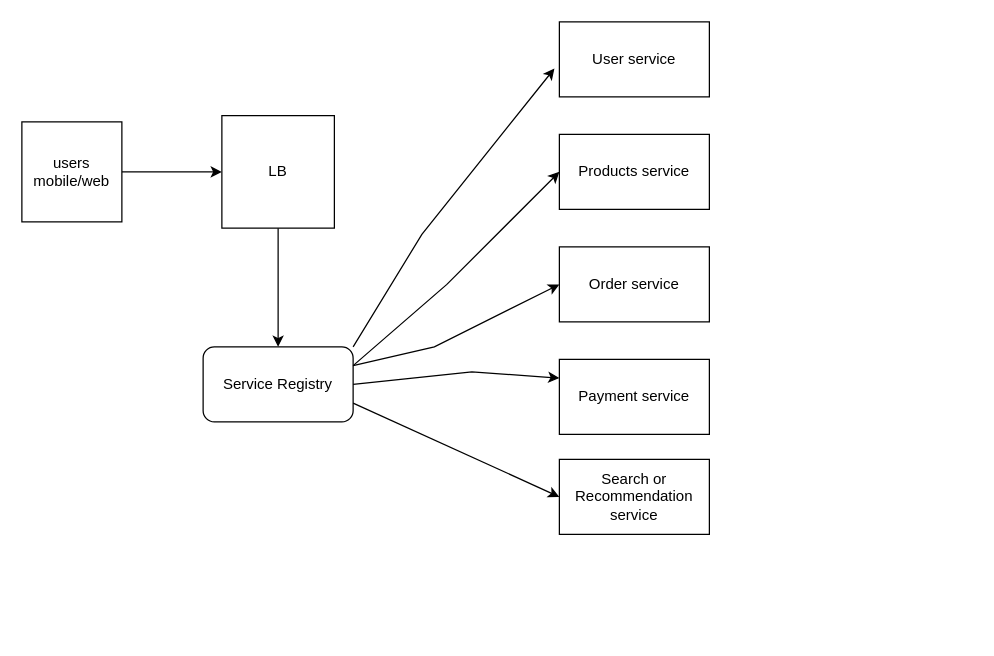
This is Untitled Diagram.drawio from swathidevdynamo/SystemDesign, a draw.io file, before an edit. Source tidied: cells renumbered, new cells numbered last; positions are measured from the earlier drawing's top-left corner, leaving out a move shared by most shapes. Both pictures are drawn from the tidied source at 125%, with x=0, y=0 at pixel (21, 21).
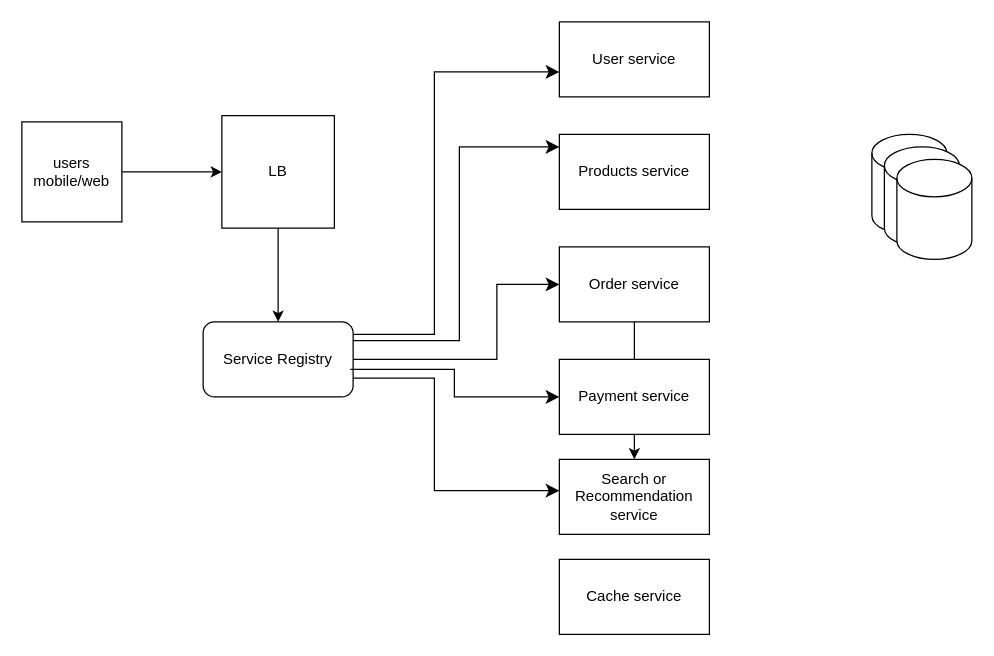
The same diagram, later.

The change refers to these unchanged cells:
```xml
<mxCell id="5" value="LB" style="whiteSpace=wrap;html=1;" parent="1" vertex="1">
  <mxGeometry x="160" y="75" width="90" height="90" as="geometry" />
</mxCell>
<mxCell id="7" value="User service" style="rounded=0;whiteSpace=wrap;html=1;" parent="1" vertex="1">
  <mxGeometry x="430" width="120" height="60" as="geometry" />
</mxCell>
<mxCell id="10" value="Products service" style="rounded=0;whiteSpace=wrap;html=1;" parent="1" vertex="1">
  <mxGeometry x="430" y="90" width="120" height="60" as="geometry" />
</mxCell>
<mxCell id="11" value="Order service" style="rounded=0;whiteSpace=wrap;html=1;" parent="1" vertex="1">
  <mxGeometry x="430" y="180" width="120" height="60" as="geometry" />
</mxCell>
<mxCell id="12" value="Payment service" style="rounded=0;whiteSpace=wrap;html=1;" parent="1" vertex="1">
  <mxGeometry x="430" y="270" width="120" height="60" as="geometry" />
</mxCell>
```

The edit, as a diff of the source:
```diff
@@
-    <mxCell id="4" style="edgeStyle=orthogonalEdgeStyle;rounded=0;jettySize=auto;html=1;" parent="1" edge="1" source="5">
-      <mxGeometry relative="1" as="geometry">
-        <mxPoint x="205" y="260" as="targetPoint" />
-      </mxGeometry>
+    <mxCell id="4" style="edgeStyle=orthogonalEdgeStyle;rounded=0;jettySize=auto;html=1;entryX=0.5;entryY=0;entryDx=0;entryDy=0;" parent="1" edge="1" source="5" target="6">
+      <mxGeometry relative="1" as="geometry" />
     </mxCell>
@@
     <mxCell id="6" value="Service Registry" style="rounded=1;whiteSpace=wrap;html=1;" parent="1" vertex="1">
-      <mxGeometry x="145" y="260" width="120" height="60" as="geometry" />
+      <mxGeometry x="145" y="240" width="120" height="60" as="geometry" />
     </mxCell>
@@
-    <mxCell id="8" style="endArrow=classic;html=1;rounded=0;entryX=0;entryY=0.5;entryDx=0;entryDy=0;exitX=1;exitY=0.25;exitDx=0;exitDy=0;" parent="1" edge="1" source="6" target="10">
-      <mxGeometry relative="1" as="geometry">
-        <Array as="points">
-          <mxPoint x="340" y="210" />
-        </Array>
-      </mxGeometry>
-    </mxCell>
-    <mxCell id="9" style="endArrow=classic;html=1;rounded=0;entryX=-0.033;entryY=0.622;entryDx=0;entryDy=0;entryPerimeter=0;exitX=1;exitY=0;exitDx=0;exitDy=0;" parent="1" edge="1" source="6" target="7">
-      <mxGeometry relative="1" as="geometry">
-        <Array as="points">
-          <mxPoint x="320" y="170" />
-        </Array>
-      </mxGeometry>
-    </mxCell>
@@
+    <mxCell id="17" style="edgeStyle=orthogonalEdgeStyle;rounded=0;jettySize=auto;html=1;" parent="1" edge="1" source="11" target="15">
+      <mxGeometry relative="1" as="geometry" />
+    </mxCell>
@@
+    <mxCell id="15" value="Search or Recommendation service" style="rounded=0;whiteSpace=wrap;html=1;" parent="1" vertex="1">
+      <mxGeometry x="430" y="350" width="120" height="60" as="geometry" />
+    </mxCell>
+    <mxCell id="18" value="Cache service" style="rounded=0;whiteSpace=wrap;html=1;" parent="1" vertex="1">
+      <mxGeometry x="430" y="430" width="120" height="60" as="geometry" />
+    </mxCell>
+    <mxCell id="19" style="shape=cylinder3;whiteSpace=wrap;html=1;boundedLbl=1;backgroundOutline=1;size=15;" parent="1" vertex="1">
+      <mxGeometry x="680" y="90" width="60" height="80" as="geometry" />
+    </mxCell>
+    <mxCell id="20" style="shape=cylinder3;whiteSpace=wrap;html=1;boundedLbl=1;backgroundOutline=1;size=15;" parent="1" vertex="1">
+      <mxGeometry x="690" y="100" width="60" height="80" as="geometry" />
+    </mxCell>
+    <mxCell id="21" style="shape=cylinder3;whiteSpace=wrap;html=1;boundedLbl=1;backgroundOutline=1;size=15;" parent="1" vertex="1">
+      <mxGeometry x="700" y="110" width="60" height="80" as="geometry" />
+    </mxCell>
+    <mxCell id="22" style="edgeStyle=elbowEdgeStyle;elbow=horizontal;endArrow=classic;html=1;curved=0;rounded=0;endSize=8;startSize=8;entryX=0;entryY=0.5;entryDx=0;entryDy=0;exitX=1;exitY=0.25;exitDx=0;exitDy=0;" parent="1" edge="1">
+      <mxGeometry relative="1" as="geometry">
+        <mxPoint x="265" y="255" as="sourcePoint" />
+        <mxPoint x="430" y="100" as="targetPoint" />
+        <Array as="points">
+          <mxPoint x="350" y="180" />
+        </Array>
+      </mxGeometry>
+    </mxCell>
+    <mxCell id="23" style="edgeStyle=elbowEdgeStyle;elbow=horizontal;endArrow=classic;html=1;curved=0;rounded=0;endSize=8;startSize=8;entryX=0;entryY=0.5;entryDx=0;entryDy=0;exitX=1;exitY=0;exitDx=0;exitDy=0;" parent="1" edge="1">
+      <mxGeometry relative="1" as="geometry">
+        <mxPoint x="265" y="250" as="sourcePoint" />
+        <mxPoint x="430" y="40" as="targetPoint" />
+        <Array as="points">
+          <mxPoint x="330" y="170" />
+        </Array>
+      </mxGeometry>
+    </mxCell>
-    <mxCell id="13" style="endArrow=classic;html=1;rounded=0;exitX=1;exitY=0.25;exitDx=0;exitDy=0;entryX=0;entryY=0.5;entryDx=0;entryDy=0;" parent="1" edge="1" source="6" target="11">
+    <mxCell id="13" style="edgeStyle=elbowEdgeStyle;elbow=horizontal;endArrow=classic;html=1;curved=0;rounded=0;endSize=8;startSize=8;exitX=1;exitY=0.5;exitDx=0;exitDy=0;entryX=0;entryY=0.5;entryDx=0;entryDy=0;" parent="1" edge="1" source="6" target="11">
       <mxGeometry relative="1" as="geometry">
         <Array as="points">
-          <mxPoint x="330" y="260" />
+          <mxPoint x="380" y="240" />
         </Array>
       </mxGeometry>
     </mxCell>
-    <mxCell id="14" style="endArrow=classic;html=1;rounded=0;exitX=1;exitY=0.5;exitDx=0;exitDy=0;entryX=0;entryY=0.25;entryDx=0;entryDy=0;" parent="1" edge="1" source="6" target="12">
-      <mxGeometry relative="1" as="geometry">
-        <Array as="points">
-          <mxPoint x="360" y="280" />
-        </Array>
-      </mxGeometry>
+    <mxCell id="14" style="edgeStyle=elbowEdgeStyle;elbow=horizontal;endArrow=classic;html=1;curved=0;rounded=0;endSize=8;startSize=8;entryX=0;entryY=0.5;entryDx=0;entryDy=0;exitX=0.981;exitY=0.633;exitDx=0;exitDy=0;exitPerimeter=0;" parent="1" edge="1" source="6" target="12">
+      <mxGeometry relative="1" as="geometry" />
     </mxCell>
-    <mxCell id="15" value="Search or Recommendation service" style="rounded=0;whiteSpace=wrap;html=1;" parent="1" vertex="1">
-      <mxGeometry x="430" y="350" width="120" height="60" as="geometry" />
-    </mxCell>
-    <mxCell id="16" style="endArrow=classic;html=1;rounded=0;exitX=1;exitY=0.75;exitDx=0;exitDy=0;entryX=0;entryY=0.5;entryDx=0;entryDy=0;" parent="1" edge="1" source="6" target="15">
-      <mxGeometry relative="1" as="geometry" />
-    </mxCell>
+    <mxCell id="24" style="edgeStyle=elbowEdgeStyle;elbow=horizontal;endArrow=classic;html=1;curved=0;rounded=0;endSize=8;startSize=8;exitX=1;exitY=0.75;exitDx=0;exitDy=0;" parent="1" edge="1" source="6">
+      <mxGeometry relative="1" as="geometry">
+        <mxPoint x="430" y="375" as="targetPoint" />
+        <Array as="points">
+          <mxPoint x="330" y="350" />
+        </Array>
+      </mxGeometry>
+    </mxCell>
```
